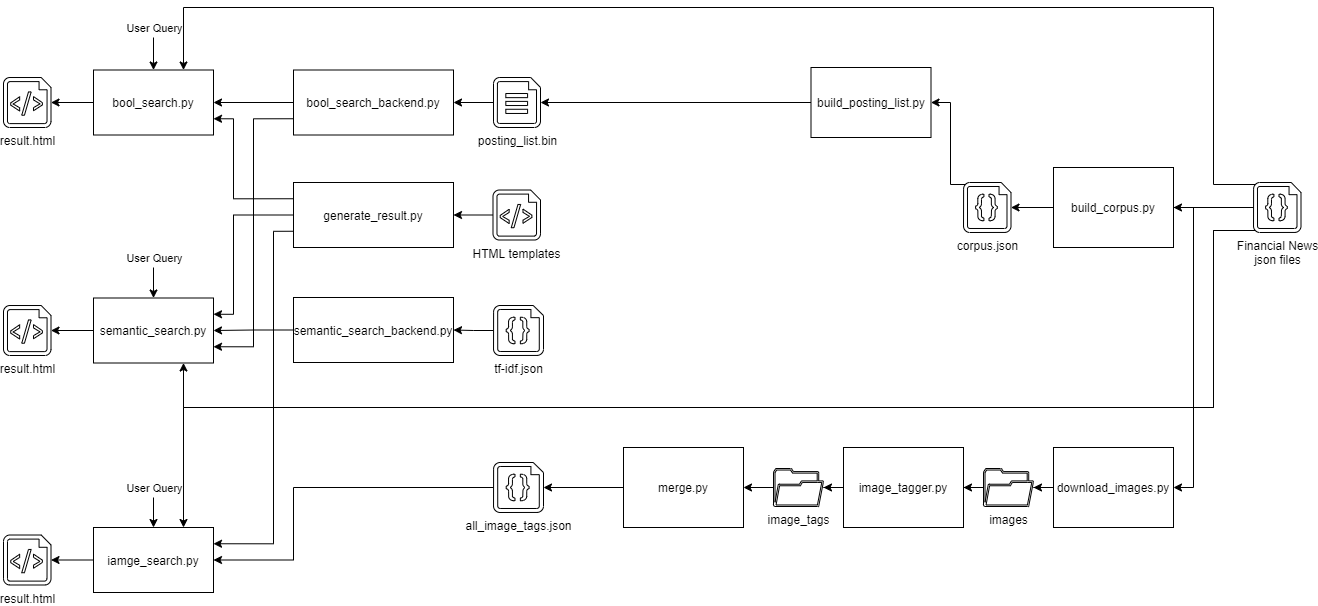
Before: Arch.png, a diagram exported from draw.io (USTChorusWeb2021/Exp1). Source tidied: cells renumbered, new cells last; positions are measured from the earlier drawing's top-left corner, leaving out a move shared by most shapes.
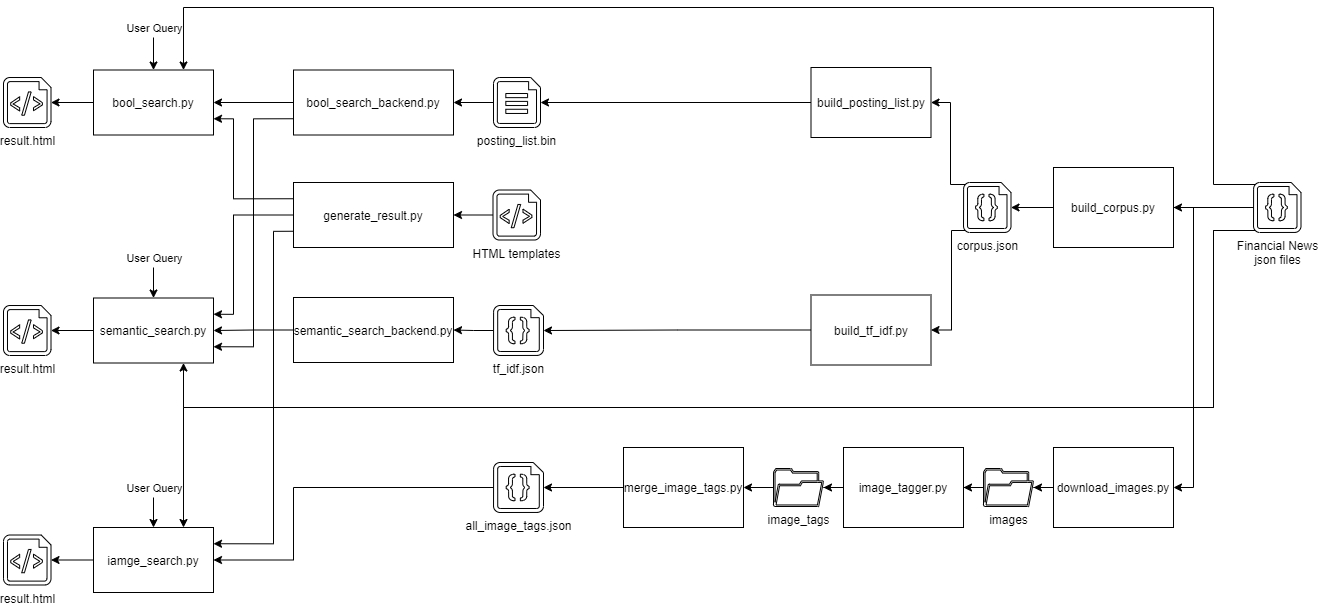
After the change.

The edit, as a diff of the source:
```diff
@@ -61,6 +61,14 @@
         </Array>
       </mxGeometry>
     </mxCell>
+    <mxCell id="57" style="edgeStyle=orthogonalEdgeStyle;rounded=0;jettySize=auto;html=1;exitX=0.04;exitY=0.96;exitDx=0;exitDy=0;exitPerimeter=0;entryX=1;entryY=0.5;entryDx=0;entryDy=0;" parent="1" edge="1" source="12" target="59">
+      <mxGeometry relative="1" as="geometry">
+        <Array as="points">
+          <mxPoint x="948" y="223" />
+          <mxPoint x="948" y="322" />
+        </Array>
+      </mxGeometry>
+    </mxCell>
     <mxCell id="12" value="corpus.json" style="verticalLabelPosition=bottom;html=1;verticalAlign=top;align=center;shape=mxgraph.azure.code_file;fillColor=#FFFFFF;strokeColor=#000000;" parent="1" vertex="1">
       <mxGeometry x="960" y="175" width="47.5" height="50" as="geometry" />
     </mxCell>
@@ -70,7 +78,7 @@
     <mxCell id="14" style="edgeStyle=orthogonalEdgeStyle;rounded=0;jettySize=auto;html=1;exitX=0;exitY=0.5;exitDx=0;exitDy=0;exitPerimeter=0;entryX=1;entryY=0.5;entryDx=0;entryDy=0;startArrow=none;startFill=0;endArrow=classic;endFill=1;" parent="1" edge="1" source="15" target="38">
       <mxGeometry relative="1" as="geometry" />
     </mxCell>
-    <mxCell id="15" value="tf-idf.json" style="verticalLabelPosition=bottom;html=1;verticalAlign=top;align=center;shape=mxgraph.azure.code_file;fillColor=#FFFFFF;strokeColor=#000000;" parent="1" vertex="1">
+    <mxCell id="15" value="tf_idf.json" style="verticalLabelPosition=bottom;html=1;verticalAlign=top;align=center;shape=mxgraph.azure.code_file;fillColor=#FFFFFF;strokeColor=#000000;" parent="1" vertex="1">
       <mxGeometry x="490" y="298" width="50" height="50" as="geometry" />
     </mxCell>
     <mxCell id="16" value="result.html" style="verticalLabelPosition=bottom;html=1;verticalAlign=top;align=center;shape=mxgraph.azure.script_file;fillColor=#FFFFFF;strokeColor=#000000;" parent="1" vertex="1">
@@ -222,7 +230,7 @@
     <mxCell id="53" style="edgeStyle=orthogonalEdgeStyle;rounded=0;jettySize=auto;html=1;exitX=0;exitY=0.5;exitDx=0;exitDy=0;entryX=1;entryY=0.5;entryDx=0;entryDy=0;entryPerimeter=0;startArrow=none;startFill=0;endArrow=classic;endFill=1;" parent="1" edge="1" source="54" target="51">
       <mxGeometry relative="1" as="geometry" />
     </mxCell>
-    <mxCell id="54" value="merge.py" style="whiteSpace=wrap;html=1;" parent="1" vertex="1">
+    <mxCell id="54" value="merge_image_tags.py" style="whiteSpace=wrap;html=1;" parent="1" vertex="1">
       <mxGeometry x="620" y="440" width="120" height="80" as="geometry" />
     </mxCell>
     <mxCell id="55" style="edgeStyle=orthogonalEdgeStyle;rounded=0;jettySize=auto;html=1;entryX=0.5;entryY=0;entryDx=0;entryDy=0;" parent="1" edge="1" target="41">
@@ -235,5 +243,11 @@
         <mxPoint y="-13" as="offset" />
       </mxGeometry>
     </mxCell>
+    <mxCell id="58" style="edgeStyle=orthogonalEdgeStyle;rounded=0;jettySize=auto;html=1;exitX=0;exitY=0.5;exitDx=0;exitDy=0;entryX=1;entryY=0.5;entryDx=0;entryDy=0;entryPerimeter=0;" parent="1" edge="1" source="59" target="15">
+      <mxGeometry relative="1" as="geometry" />
+    </mxCell>
+    <mxCell id="59" value="build_tf_idf.py" style="whiteSpace=wrap;html=1;" parent="1" vertex="1">
+      <mxGeometry x="807.5" y="287.5" width="120" height="70" as="geometry" />
+    </mxCell>
   </root>
 </mxGraphModel>
```
